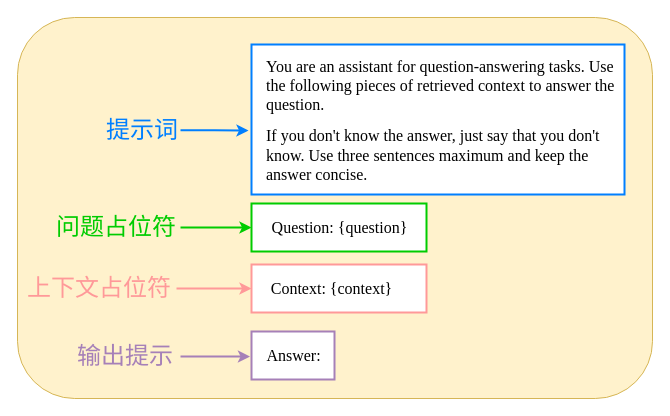
Earlier version of the draw.io diagram diagrams/rag_qa_template_sample.drawio (real-jiakai/draw). Source tidied: cells renumbered, new cells numbered last; positions are measured from the earlier drawing's top-left corner, leaving out a move shared by most shapes. Both pictures are drawn from the tidied source at 100%, with x=0, y=0 at pixel (17, 17).
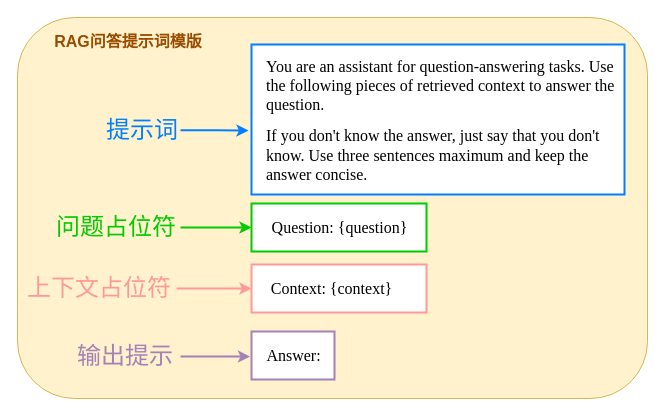
The same diagram, later.

What changed in the source:
```diff
@@
     <mxCell id="2" value="&lt;p dir=&quot;auto&quot;&gt;&lt;br&gt;&lt;/p&gt;" style="rounded=1;whiteSpace=wrap;html=1;align=left;fillColor=#fff2cc;strokeColor=#d6b656;" parent="1" vertex="1">
-      <mxGeometry width="635" height="381" as="geometry" />
+      <mxGeometry width="630" height="381" as="geometry" />
     </mxCell>
@@
+    <mxCell id="19" value="&lt;b style=&quot;color: rgb(153, 76, 0); text-wrap-mode: nowrap;&quot;&gt;&lt;font style=&quot;font-size: 16px;&quot;&gt;RAG问答提示词模版&lt;/font&gt;&lt;/b&gt;" style="text;html=1;align=center;verticalAlign=middle;whiteSpace=wrap;rounded=0;" parent="1" vertex="1">
+      <mxGeometry x="34.5" y="3" width="152" height="41" as="geometry" />
+    </mxCell>
```
